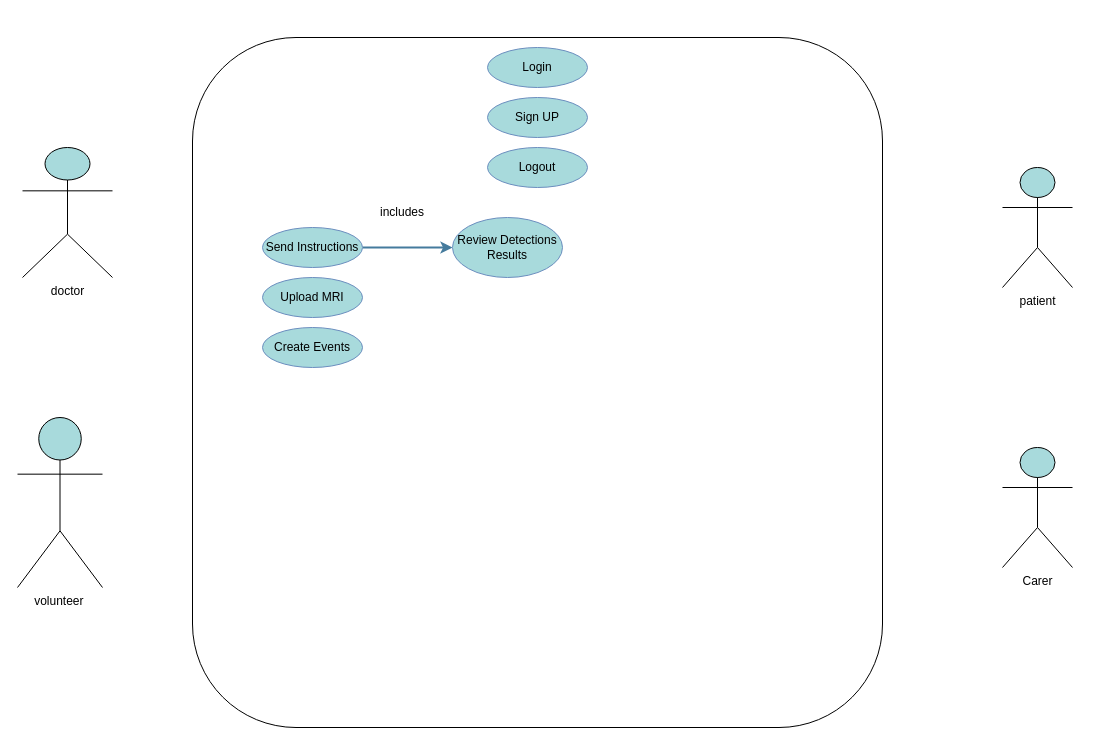
Before: Documentation/use caseDiagram.drawio in Omarelsherif010/Revive_My_Memory-Graduation_Project, a draw.io diagram. Source tidied: cells renumbered, new cells numbered last; positions are measured from the earlier drawing's top-left corner, leaving out a move shared by most shapes. Both pictures are drawn from the tidied source at 100%, with x=0, y=0 at pixel (17, 37).
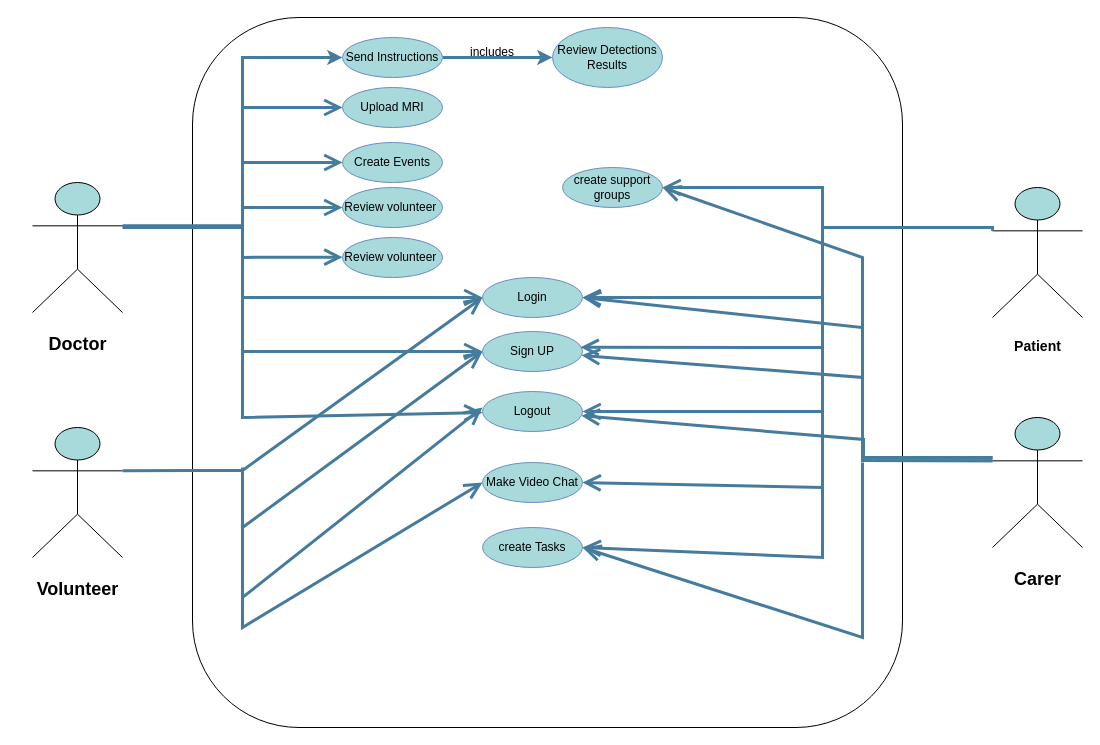
The same page after the edit.

Change to the diagram source:
```diff
@@
-    <mxCell id="2" value="doctor" style="shape=umlActor;verticalLabelPosition=bottom;verticalAlign=top;html=1;fillColor=#A8DADC;" parent="1" vertex="1">
-      <mxGeometry x="5" y="110" width="90" height="130" as="geometry" />
-    </mxCell>
-    <mxCell id="3" value="volunteer&amp;nbsp;" style="shape=umlActor;verticalLabelPosition=bottom;verticalAlign=top;html=1;fillColor=#A8DADC;" parent="1" vertex="1">
-      <mxGeometry y="380" width="85" height="170" as="geometry" />
-    </mxCell>
-    <mxCell id="4" value="patient" style="shape=umlActor;verticalLabelPosition=bottom;verticalAlign=top;html=1;fillColor=#A8DADC;" parent="1" vertex="1">
-      <mxGeometry x="985" y="130" width="70" height="120" as="geometry" />
-    </mxCell>
-    <mxCell id="5" value="Carer" style="shape=umlActor;verticalLabelPosition=bottom;verticalAlign=top;html=1;fillColor=#A8DADC;" parent="1" vertex="1">
-      <mxGeometry x="985" y="410" width="70" height="120" as="geometry" />
-    </mxCell>
     <mxCell id="6" style="whiteSpace=wrap;html=1;rounded=1;" parent="1" vertex="1">
-      <mxGeometry x="175" width="690" height="690" as="geometry" />
+      <mxGeometry x="175" y="-20" width="710" height="710" as="geometry" />
     </mxCell>
     <mxCell id="7" value="Login" style="ellipse;whiteSpace=wrap;html=1;align=center;rounded=1;fillColor=#A8DADC;strokeColor=#6c8ebf;" parent="1" vertex="1">
-      <mxGeometry x="470" y="10" width="100" height="40" as="geometry" />
+      <mxGeometry x="465" y="240" width="100" height="40" as="geometry" />
     </mxCell>
     <mxCell id="8" value="Sign UP" style="ellipse;whiteSpace=wrap;html=1;align=center;rounded=1;fillColor=#A8DADC;strokeColor=#6c8ebf;" parent="1" vertex="1">
-      <mxGeometry x="470" y="60" width="100" height="40" as="geometry" />
+      <mxGeometry x="465" y="294" width="100" height="40" as="geometry" />
     </mxCell>
     <mxCell id="9" value="Logout" style="ellipse;whiteSpace=wrap;html=1;align=center;rounded=1;fillColor=#A8DADC;strokeColor=#6c8ebf;" parent="1" vertex="1">
-      <mxGeometry x="470" y="110" width="100" height="40" as="geometry" />
+      <mxGeometry x="465" y="354" width="100" height="40" as="geometry" />
     </mxCell>
     <mxCell id="10" value="Upload MRI" style="ellipse;whiteSpace=wrap;html=1;align=center;rounded=1;fillColor=#A8DADC;strokeColor=#6c8ebf;" parent="1" vertex="1">
-      <mxGeometry x="245" y="240" width="100" height="40" as="geometry" />
+      <mxGeometry x="325" y="50" width="100" height="40" as="geometry" />
     </mxCell>
-    <mxCell id="11" style="edgeStyle=orthogonalEdgeStyle;rounded=0;jettySize=auto;html=1;strokeColor=#457B9D;strokeWidth=2;" parent="1" edge="1" source="12" target="14">
-      <mxGeometry relative="1" as="geometry" />
+    <mxCell id="11" style="edgeStyle=orthogonalEdgeStyle;rounded=0;jettySize=auto;html=1;strokeColor=#457B9D;strokeWidth=3;" parent="1" edge="1" source="12" target="14">
+      <mxGeometry relative="1" as="geometry">
+        <Array as="points">
+          <mxPoint x="495" y="20" />
+          <mxPoint x="495" y="20" />
+        </Array>
+      </mxGeometry>
     </mxCell>
     <mxCell id="12" value="Send Instructions" style="ellipse;whiteSpace=wrap;html=1;align=center;rounded=1;fillColor=#A8DADC;strokeColor=#6c8ebf;" parent="1" vertex="1">
-      <mxGeometry x="245" y="190" width="100" height="40" as="geometry" />
+      <mxGeometry x="325" width="100" height="40" as="geometry" />
     </mxCell>
     <mxCell id="13" value="Create Events" style="ellipse;whiteSpace=wrap;html=1;align=center;rounded=1;fillColor=#A8DADC;strokeColor=#6c8ebf;" parent="1" vertex="1">
-      <mxGeometry x="245" y="290" width="100" height="40" as="geometry" />
+      <mxGeometry x="325" y="105" width="100" height="40" as="geometry" />
     </mxCell>
     <mxCell id="14" value="Review Detections Results" style="ellipse;whiteSpace=wrap;html=1;align=center;rounded=1;fillColor=#A8DADC;strokeColor=#6c8ebf;" parent="1" vertex="1">
-      <mxGeometry x="435" y="180" width="110" height="60" as="geometry" />
+      <mxGeometry x="535" y="-10" width="110" height="60" as="geometry" />
     </mxCell>
     <mxCell id="15" value="includes" style="text;strokeColor=none;align=center;fillColor=none;html=1;verticalAlign=middle;whiteSpace=wrap;rounded=0;" parent="1" vertex="1">
-      <mxGeometry x="355" y="160" width="60" height="30" as="geometry" />
+      <mxGeometry x="445" width="60" height="30" as="geometry" />
     </mxCell>
+    <mxCell id="16" value="Review volunteer&amp;nbsp;" style="ellipse;whiteSpace=wrap;html=1;align=center;rounded=1;fillColor=#A8DADC;strokeColor=#6c8ebf;" parent="1" vertex="1">
+      <mxGeometry x="325" y="150" width="100" height="40" as="geometry" />
+    </mxCell>
+    <mxCell id="17" style="edgeStyle=orthogonalEdgeStyle;rounded=0;jettySize=auto;html=1;exitX=1;exitY=0.3333333333333333;exitDx=0;exitDy=0;exitPerimeter=0;strokeColor=#457B9D;strokeWidth=3;entryX=0;entryY=0.5;entryDx=0;entryDy=0;" parent="1" edge="1" source="18" target="12">
+      <mxGeometry relative="1" as="geometry">
+        <Array as="points">
+          <mxPoint x="225" y="188" />
+          <mxPoint x="225" y="20" />
+        </Array>
+      </mxGeometry>
+    </mxCell>
+    <mxCell id="18" value="&lt;h2&gt;&lt;b&gt;Doctor&lt;/b&gt;&lt;/h2&gt;" style="shape=umlActor;verticalLabelPosition=bottom;verticalAlign=top;html=1;fillColor=#A8DADC;" parent="1" vertex="1">
+      <mxGeometry x="15" y="145" width="90" height="130" as="geometry" />
+    </mxCell>
+    <mxCell id="19" style="endArrow=open;endFill=1;endSize=12;html=1;rounded=0;strokeColor=#457B9D;strokeWidth=3;entryX=0;entryY=0.5;entryDx=0;entryDy=0;" parent="1" edge="1" target="10">
+      <mxGeometry relative="1" as="geometry">
+        <mxPoint x="105" y="190" as="sourcePoint" />
+        <Array as="points">
+          <mxPoint x="225" y="190" />
+          <mxPoint x="225" y="70" />
+        </Array>
+      </mxGeometry>
+    </mxCell>
+    <mxCell id="20" style="endArrow=open;endFill=1;endSize=12;html=1;rounded=0;strokeColor=#457B9D;strokeWidth=3;entryX=0;entryY=0.5;entryDx=0;entryDy=0;" parent="1" edge="1" target="13">
+      <mxGeometry relative="1" as="geometry">
+        <mxPoint x="175" y="190" as="sourcePoint" />
+        <Array as="points">
+          <mxPoint x="175" y="190" />
+          <mxPoint x="225" y="190" />
+          <mxPoint x="225" y="125" />
+        </Array>
+      </mxGeometry>
+    </mxCell>
+    <mxCell id="21" style="endArrow=open;endFill=1;endSize=12;html=1;rounded=0;strokeColor=#457B9D;strokeWidth=3;entryX=0;entryY=0.5;entryDx=0;entryDy=0;" parent="1" edge="1" target="16">
+      <mxGeometry relative="1" as="geometry">
+        <mxPoint x="175" y="190" as="sourcePoint" />
+        <Array as="points">
+          <mxPoint x="225" y="190" />
+          <mxPoint x="225" y="170" />
+        </Array>
+      </mxGeometry>
+    </mxCell>
+    <mxCell id="22" style="endArrow=open;endFill=1;endSize=12;html=1;rounded=0;strokeColor=#457B9D;strokeWidth=3;entryX=0;entryY=0.5;entryDx=0;entryDy=0;startArrow=none;" parent="1" edge="1" target="7">
+      <mxGeometry relative="1" as="geometry">
+        <mxPoint x="225" y="190" as="sourcePoint" />
+        <Array as="points">
+          <mxPoint x="225" y="190" />
+          <mxPoint x="225" y="260" />
+        </Array>
+      </mxGeometry>
+    </mxCell>
+    <mxCell id="23" style="endArrow=open;endFill=1;endSize=12;html=1;rounded=0;strokeColor=#457B9D;strokeWidth=3;" parent="1" edge="1" target="9">
+      <mxGeometry relative="1" as="geometry">
+        <mxPoint x="185" y="190" as="sourcePoint" />
+        <Array as="points">
+          <mxPoint x="185" y="190" />
+          <mxPoint x="225" y="190" />
+          <mxPoint x="225" y="380" />
+        </Array>
+      </mxGeometry>
+    </mxCell>
+    <mxCell id="24" value="Make Video Chat" style="ellipse;whiteSpace=wrap;html=1;align=center;rounded=1;fillColor=#A8DADC;strokeColor=#6c8ebf;" parent="1" vertex="1">
+      <mxGeometry x="465" y="425" width="100" height="40" as="geometry" />
+    </mxCell>
+    <mxCell id="25" value="create Tasks" style="ellipse;whiteSpace=wrap;html=1;align=center;rounded=1;fillColor=#A8DADC;strokeColor=#6c8ebf;" parent="1" vertex="1">
+      <mxGeometry x="465" y="490" width="100" height="40" as="geometry" />
+    </mxCell>
+    <mxCell id="26" value="create support groups" style="ellipse;whiteSpace=wrap;html=1;align=center;rounded=1;fillColor=#A8DADC;strokeColor=#6c8ebf;" parent="1" vertex="1">
+      <mxGeometry x="545" y="130" width="100" height="40" as="geometry" />
+    </mxCell>
+    <mxCell id="27" value="&lt;h3&gt;&lt;b&gt;Patient&lt;/b&gt;&lt;/h3&gt;" style="shape=umlActor;verticalLabelPosition=bottom;verticalAlign=top;html=1;fillColor=#A8DADC;" parent="1" vertex="1">
+      <mxGeometry x="975" y="150" width="90" height="130" as="geometry" />
+    </mxCell>
+    <mxCell id="5" value="&lt;h2&gt;&lt;b&gt;Carer&lt;/b&gt;&lt;/h2&gt;" style="shape=umlActor;verticalLabelPosition=bottom;verticalAlign=top;html=1;fillColor=#A8DADC;" parent="1" vertex="1">
+      <mxGeometry x="975" y="380" width="90" height="130" as="geometry" />
+    </mxCell>
+    <mxCell id="28" value="&lt;h2&gt;&lt;b&gt;Volunteer&lt;/b&gt;&lt;/h2&gt;" style="shape=umlActor;verticalLabelPosition=bottom;verticalAlign=top;html=1;fillColor=#A8DADC;" parent="1" vertex="1">
+      <mxGeometry x="15" y="390" width="90" height="130" as="geometry" />
+    </mxCell>
+    <mxCell id="29" style="endArrow=open;endFill=1;endSize=12;html=1;rounded=0;strokeColor=#457B9D;strokeWidth=3;entryX=0;entryY=0.5;entryDx=0;entryDy=0;" parent="1" edge="1">
+      <mxGeometry relative="1" as="geometry">
+        <mxPoint x="225" y="190" as="sourcePoint" />
+        <mxPoint x="465" y="314" as="targetPoint" />
+        <Array as="points">
+          <mxPoint x="225" y="244" />
+          <mxPoint x="225" y="314" />
+        </Array>
+      </mxGeometry>
+    </mxCell>
+    <mxCell id="30" style="endArrow=open;endFill=1;endSize=12;html=1;rounded=0;strokeColor=#457B9D;strokeWidth=3;exitX=1;exitY=0.3333333333333333;exitDx=0;exitDy=0;exitPerimeter=0;entryX=0;entryY=0.5;entryDx=0;entryDy=0;" parent="1" edge="1" source="28" target="7">
+      <mxGeometry relative="1" as="geometry">
+        <Array as="points">
+          <mxPoint x="175" y="433" />
+          <mxPoint x="225" y="433" />
+        </Array>
+      </mxGeometry>
+    </mxCell>
+    <mxCell id="31" style="endArrow=open;endFill=1;endSize=12;html=1;rounded=0;strokeColor=#457B9D;strokeWidth=3;entryX=0;entryY=0.5;entryDx=0;entryDy=0;" parent="1" edge="1" target="8">
+      <mxGeometry relative="1" as="geometry">
+        <mxPoint x="225" y="440" as="sourcePoint" />
+        <Array as="points">
+          <mxPoint x="225" y="430" />
+          <mxPoint x="225" y="490" />
+        </Array>
+      </mxGeometry>
+    </mxCell>
+    <mxCell id="32" style="endArrow=none;endFill=1;endSize=12;html=1;rounded=0;strokeColor=#457B9D;strokeWidth=3;" parent="1" edge="1">
+      <mxGeometry relative="1" as="geometry">
+        <mxPoint x="175" y="190" as="sourcePoint" />
+        <mxPoint x="225" y="190" as="targetPoint" />
+      </mxGeometry>
+    </mxCell>
+    <mxCell id="33" value="Review volunteer&amp;nbsp;" style="ellipse;whiteSpace=wrap;html=1;align=center;rounded=1;fillColor=#A8DADC;strokeColor=#6c8ebf;" parent="1" vertex="1">
+      <mxGeometry x="325" y="200" width="100" height="40" as="geometry" />
+    </mxCell>
+    <mxCell id="34" style="endArrow=open;endFill=1;endSize=12;html=1;rounded=0;strokeColor=#457B9D;strokeWidth=3;" parent="1" edge="1">
+      <mxGeometry relative="1" as="geometry">
+        <mxPoint x="225" y="220" as="sourcePoint" />
+        <mxPoint x="325" y="219.7" as="targetPoint" />
+        <Array as="points">
+          <mxPoint x="245" y="219.7" />
+        </Array>
+      </mxGeometry>
+    </mxCell>
+    <mxCell id="35" style="endArrow=open;endFill=1;endSize=12;html=1;rounded=0;strokeColor=#457B9D;strokeWidth=3;entryX=0;entryY=0.4;entryDx=0;entryDy=0;entryPerimeter=0;" parent="1" edge="1" target="9">
+      <mxGeometry relative="1" as="geometry">
+        <mxPoint x="225" y="520" as="sourcePoint" />
+        <Array as="points">
+          <mxPoint x="225" y="490" />
+          <mxPoint x="225" y="560" />
+        </Array>
+      </mxGeometry>
+    </mxCell>
+    <mxCell id="36" style="endArrow=open;endFill=1;endSize=12;html=1;rounded=0;strokeColor=#457B9D;strokeWidth=3;entryX=0;entryY=0.5;entryDx=0;entryDy=0;" parent="1" edge="1" target="24">
+      <mxGeometry relative="1" as="geometry">
+        <mxPoint x="225" y="560" as="sourcePoint" />
+        <Array as="points">
+          <mxPoint x="225" y="590" />
+        </Array>
+      </mxGeometry>
+    </mxCell>
+    <mxCell id="37" style="endArrow=open;endFill=1;endSize=12;html=1;rounded=0;strokeColor=#457B9D;strokeWidth=3;entryX=1;entryY=0.5;entryDx=0;entryDy=0;exitX=0;exitY=0.3333333333333333;exitDx=0;exitDy=0;exitPerimeter=0;" parent="1" edge="1" source="27" target="26">
+      <mxGeometry relative="1" as="geometry">
+        <Array as="points">
+          <mxPoint x="975" y="190" />
+          <mxPoint x="805" y="190" />
+          <mxPoint x="805" y="150" />
+        </Array>
+      </mxGeometry>
+    </mxCell>
+    <mxCell id="38" style="endArrow=open;endFill=1;endSize=12;html=1;rounded=0;strokeColor=#457B9D;strokeWidth=3;entryX=1;entryY=0.5;entryDx=0;entryDy=0;" parent="1" edge="1" target="7">
+      <mxGeometry relative="1" as="geometry">
+        <mxPoint x="805" y="190" as="sourcePoint" />
+        <Array as="points">
+          <mxPoint x="805" y="260" />
+        </Array>
+      </mxGeometry>
+    </mxCell>
+    <mxCell id="39" style="endArrow=open;endFill=1;endSize=12;html=1;rounded=0;strokeColor=#457B9D;strokeWidth=3;entryX=0.98;entryY=0.396;entryDx=0;entryDy=0;entryPerimeter=0;" parent="1" edge="1" target="8">
+      <mxGeometry relative="1" as="geometry">
+        <mxPoint x="805" y="250" as="sourcePoint" />
+        <Array as="points">
+          <mxPoint x="805" y="310" />
+        </Array>
+      </mxGeometry>
+    </mxCell>
+    <mxCell id="40" style="endArrow=open;endFill=1;endSize=12;html=1;rounded=0;strokeColor=#457B9D;strokeWidth=3;" parent="1" edge="1" target="9">
+      <mxGeometry relative="1" as="geometry">
+        <mxPoint x="805" y="310" as="sourcePoint" />
+        <Array as="points">
+          <mxPoint x="805" y="374" />
+        </Array>
+      </mxGeometry>
+    </mxCell>
+    <mxCell id="41" style="endArrow=open;endFill=1;endSize=12;html=1;rounded=0;strokeColor=#457B9D;strokeWidth=3;entryX=1;entryY=0.5;entryDx=0;entryDy=0;" parent="1" edge="1" target="24">
+      <mxGeometry relative="1" as="geometry">
+        <mxPoint x="805" y="370" as="sourcePoint" />
+        <Array as="points">
+          <mxPoint x="805" y="450" />
+        </Array>
+      </mxGeometry>
+    </mxCell>
+    <mxCell id="42" style="endArrow=open;endFill=1;endSize=12;html=1;rounded=0;strokeColor=#457B9D;strokeWidth=3;" parent="1" edge="1">
+      <mxGeometry relative="1" as="geometry">
+        <mxPoint x="805" y="440" as="sourcePoint" />
+        <mxPoint x="565" y="510" as="targetPoint" />
+        <Array as="points">
+          <mxPoint x="805" y="520" />
+        </Array>
+      </mxGeometry>
+    </mxCell>
+    <mxCell id="43" style="endArrow=open;endFill=1;endSize=12;html=1;rounded=0;strokeColor=#457B9D;strokeWidth=3;exitX=0;exitY=0.3333333333333333;exitDx=0;exitDy=0;exitPerimeter=0;" parent="1" edge="1" source="5">
+      <mxGeometry relative="1" as="geometry">
+        <mxPoint x="645" y="150" as="targetPoint" />
+        <Array as="points">
+          <mxPoint x="845" y="423" />
+          <mxPoint x="845" y="220" />
+        </Array>
+      </mxGeometry>
+    </mxCell>
+    <mxCell id="44" style="endArrow=open;endFill=1;endSize=12;html=1;rounded=0;strokeColor=#457B9D;strokeWidth=3;entryX=1;entryY=0.5;entryDx=0;entryDy=0;exitX=0;exitY=0.3333333333333333;exitDx=0;exitDy=0;exitPerimeter=0;" parent="1" edge="1" source="5" target="7">
+      <mxGeometry relative="1" as="geometry">
+        <Array as="points">
+          <mxPoint x="845" y="423" />
+          <mxPoint x="845" y="290" />
+        </Array>
+      </mxGeometry>
+    </mxCell>
+    <mxCell id="45" style="endArrow=open;endFill=1;endSize=12;html=1;rounded=0;strokeColor=#457B9D;strokeWidth=3;exitX=0;exitY=0.308;exitDx=0;exitDy=0;exitPerimeter=0;" parent="1" edge="1" source="5" target="8">
+      <mxGeometry relative="1" as="geometry">
+        <Array as="points">
+          <mxPoint x="915" y="420" />
+          <mxPoint x="845" y="420" />
+          <mxPoint x="845" y="340" />
+        </Array>
+      </mxGeometry>
+    </mxCell>
+    <mxCell id="46" style="endArrow=open;endFill=1;endSize=12;html=1;rounded=0;strokeColor=#457B9D;strokeWidth=3;" parent="1" edge="1" target="9">
+      <mxGeometry relative="1" as="geometry">
+        <mxPoint x="975" y="420" as="sourcePoint" />
+        <Array as="points">
+          <mxPoint x="885" y="420" />
+          <mxPoint x="846" y="420" />
+          <mxPoint x="846" y="402" />
+        </Array>
+      </mxGeometry>
+    </mxCell>
+    <mxCell id="47" style="endArrow=open;endFill=1;endSize=12;html=1;rounded=0;strokeColor=#457B9D;strokeWidth=3;entryX=1;entryY=0.5;entryDx=0;entryDy=0;" parent="1" edge="1" target="25">
+      <mxGeometry relative="1" as="geometry">
+        <mxPoint x="845" y="425" as="sourcePoint" />
+        <Array as="points">
+          <mxPoint x="845" y="600" />
+        </Array>
+      </mxGeometry>
+    </mxCell>
```
